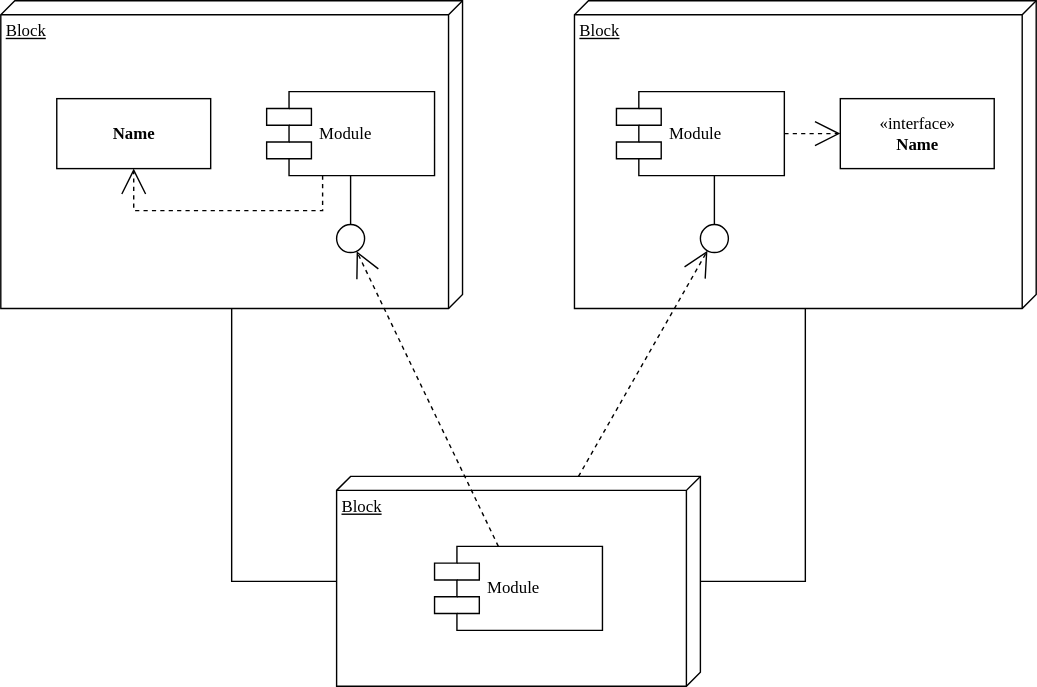
Before: Diagram.drawio.svg, a diagram exported from draw.io (rjan90/Diagram). Source tidied: cells renumbered, new cells last; positions are measured from the earlier drawing's top-left corner, leaving out a move shared by most shapes.
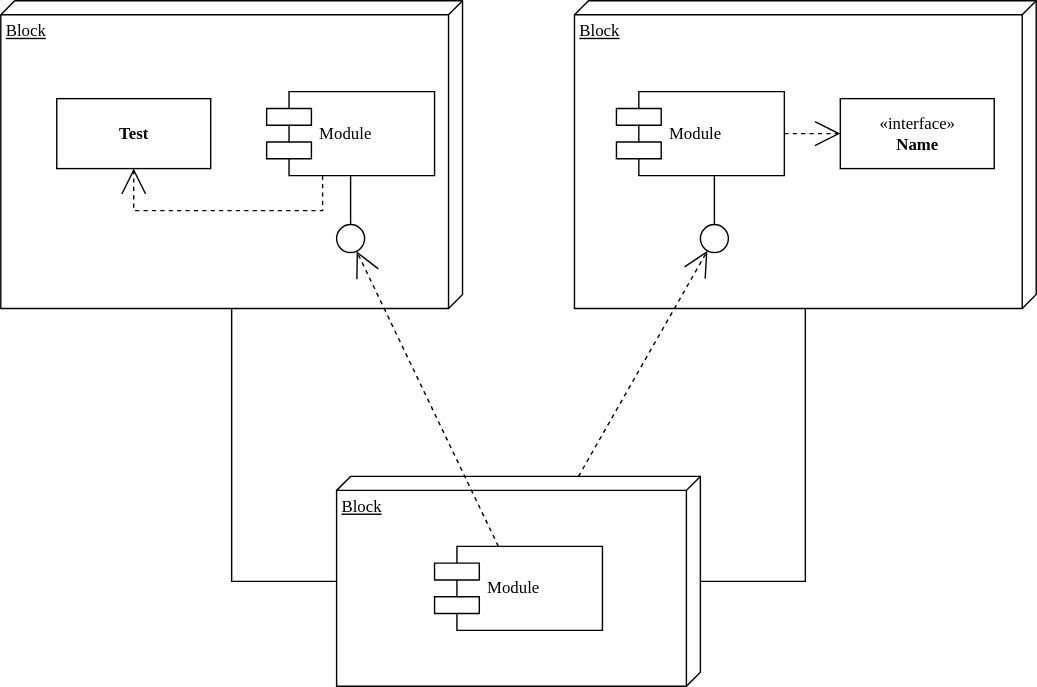
Later version of the same file.

Diff of the diagram source:
```diff
@@ -11,7 +11,7 @@
     <mxCell id="4" value="Block" style="verticalAlign=top;align=left;spacingTop=8;spacingLeft=2;spacingRight=12;shape=cube;size=10;direction=south;fontStyle=4;html=1;rounded=0;shadow=0;comic=0;labelBackgroundColor=none;strokeWidth=1;fontFamily=Verdana;fontSize=12;" parent="1" vertex="1">
       <mxGeometry x="240" y="340" width="260" height="150" as="geometry" />
     </mxCell>
-    <mxCell id="5" value="&lt;b&gt;Name&lt;/b&gt;" style="html=1;rounded=0;shadow=0;comic=0;labelBackgroundColor=none;strokeWidth=1;fontFamily=Verdana;fontSize=12;align=center;" parent="1" vertex="1">
+    <mxCell id="5" value="&lt;b&gt;Test&lt;/b&gt;" style="html=1;rounded=0;shadow=0;comic=0;labelBackgroundColor=none;strokeWidth=1;fontFamily=Verdana;fontSize=12;align=center;" parent="1" vertex="1">
       <mxGeometry x="40" y="70" width="110" height="50" as="geometry" />
     </mxCell>
     <mxCell id="6" value="Module" style="shape=component;align=left;spacingLeft=36;rounded=0;shadow=0;comic=0;labelBackgroundColor=none;strokeWidth=1;fontFamily=Verdana;fontSize=12;html=1;" parent="1" vertex="1">
```
